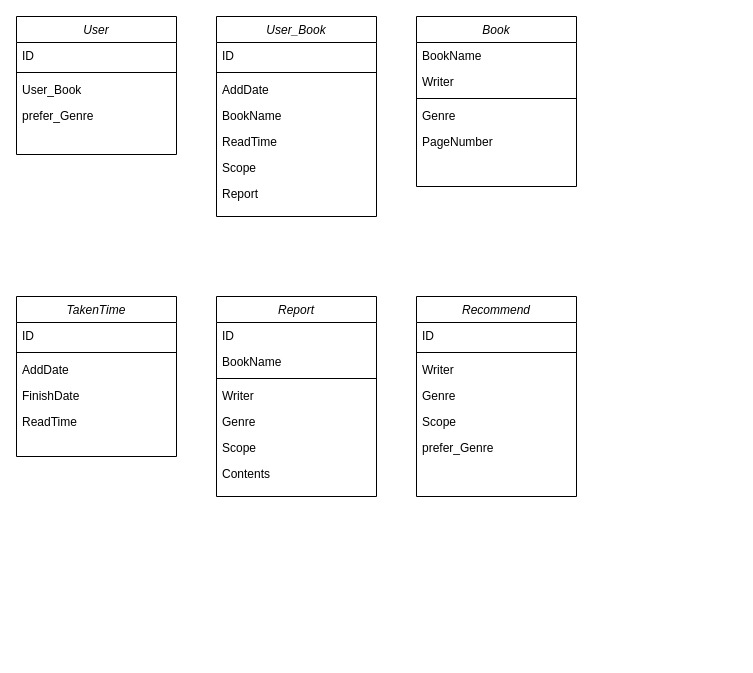
Before: Untitled Diagram.drawio in White-Ruby/web1mine, a draw.io diagram. Source tidied: cells renumbered, new cells numbered last; positions are measured from the earlier drawing's top-left corner, leaving out a move shared by most shapes. Both pictures are drawn from the tidied source at 100%, with x=0, y=0 at pixel (16, 16).
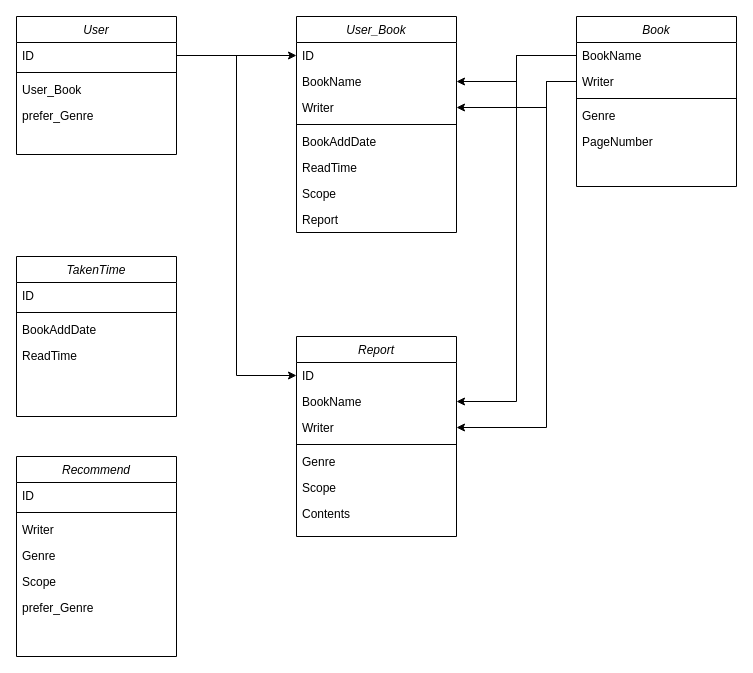
After the change.

Unchanged cells that the change refers to:
```xml
<mxCell id="3" value="ID" style="text;align=left;verticalAlign=top;spacingLeft=4;spacingRight=4;overflow=hidden;points=[[0,0.5],[1,0.5]];portConstraint=eastwest;" parent="2" vertex="1">
  <mxGeometry y="26" width="160" height="26" as="geometry" />
</mxCell>
<mxCell id="8" value="ID" style="text;align=left;verticalAlign=top;spacingLeft=4;spacingRight=4;overflow=hidden;points=[[0,0.5],[1,0.5]];portConstraint=eastwest;" parent="7" vertex="1">
  <mxGeometry y="26" width="160" height="26" as="geometry" />
</mxCell>
<mxCell id="16" value="BookName" style="text;align=left;verticalAlign=top;spacingLeft=4;spacingRight=4;overflow=hidden;points=[[0,0.5],[1,0.5]];portConstraint=eastwest;" parent="15" vertex="1">
  <mxGeometry y="26" width="160" height="26" as="geometry" />
</mxCell>
<mxCell id="17" value="Writer" style="text;align=left;verticalAlign=top;spacingLeft=4;spacingRight=4;overflow=hidden;points=[[0,0.5],[1,0.5]];portConstraint=eastwest;" parent="15" vertex="1">
  <mxGeometry y="52" width="160" height="26" as="geometry" />
</mxCell>
<mxCell id="28" value="ID" style="text;align=left;verticalAlign=top;spacingLeft=4;spacingRight=4;overflow=hidden;points=[[0,0.5],[1,0.5]];portConstraint=eastwest;" parent="27" vertex="1">
  <mxGeometry y="26" width="160" height="26" as="geometry" />
</mxCell>
<mxCell id="29" value="BookName" style="text;align=left;verticalAlign=top;spacingLeft=4;spacingRight=4;overflow=hidden;points=[[0,0.5],[1,0.5]];portConstraint=eastwest;" parent="27" vertex="1">
  <mxGeometry y="52" width="160" height="26" as="geometry" />
</mxCell>
```

The edit, as a diff of the source:
```diff
@@
     <mxCell id="7" value="User_Book" style="swimlane;fontStyle=2;align=center;verticalAlign=top;horizontal=1;startSize=26;rounded=0;shadow=0;strokeWidth=1;" parent="1" vertex="1">
-      <mxGeometry x="200" width="160" height="200" as="geometry" />
+      <mxGeometry x="280" width="160" height="216" as="geometry" />
     </mxCell>
@@
+    <mxCell id="11" value="BookName" style="text;align=left;verticalAlign=top;spacingLeft=4;spacingRight=4;overflow=hidden;points=[[0,0.5],[1,0.5]];portConstraint=eastwest;" parent="7" vertex="1">
+      <mxGeometry y="52" width="160" height="26" as="geometry" />
+    </mxCell>
+    <mxCell id="42" value="Writer" style="text;align=left;verticalAlign=top;spacingLeft=4;spacingRight=4;overflow=hidden;points=[[0,0.5],[1,0.5]];portConstraint=eastwest;" parent="7" vertex="1">
+      <mxGeometry y="78" width="160" height="26" as="geometry" />
+    </mxCell>
     <mxCell id="9" style="line;html=1;strokeWidth=1;align=left;verticalAlign=middle;spacingTop=-1;spacingLeft=3;spacingRight=3;labelPosition=right;" parent="7" vertex="1">
-      <mxGeometry y="52" width="160" height="8" as="geometry" />
+      <mxGeometry y="104" width="160" height="8" as="geometry" />
     </mxCell>
-    <mxCell id="10" value="AddDate" style="text;align=left;verticalAlign=top;spacingLeft=4;spacingRight=4;overflow=hidden;" parent="7" vertex="1">
-      <mxGeometry y="60" width="160" height="26" as="geometry" />
+    <mxCell id="10" value="BookAddDate" style="text;align=left;verticalAlign=top;spacingLeft=4;spacingRight=4;overflow=hidden;" parent="7" vertex="1">
+      <mxGeometry y="112" width="160" height="26" as="geometry" />
     </mxCell>
-    <mxCell id="11" value="BookName" style="text;align=left;verticalAlign=top;spacingLeft=4;spacingRight=4;overflow=hidden;points=[[0,0.5],[1,0.5]];portConstraint=eastwest;" parent="7" vertex="1">
-      <mxGeometry y="86" width="160" height="26" as="geometry" />
-    </mxCell>
     <mxCell id="12" value="ReadTime" style="text;align=left;verticalAlign=top;spacingLeft=4;spacingRight=4;overflow=hidden;" parent="7" vertex="1">
-      <mxGeometry y="112" width="160" height="26" as="geometry" />
+      <mxGeometry y="138" width="160" height="26" as="geometry" />
     </mxCell>
     <mxCell id="13" value="Scope" style="text;align=left;verticalAlign=top;spacingLeft=4;spacingRight=4;overflow=hidden;" parent="7" vertex="1">
-      <mxGeometry y="138" width="160" height="26" as="geometry" />
+      <mxGeometry y="164" width="160" height="26" as="geometry" />
     </mxCell>
     <mxCell id="14" value="Report" style="text;align=left;verticalAlign=top;spacingLeft=4;spacingRight=4;overflow=hidden;" parent="7" vertex="1">
-      <mxGeometry y="164" width="160" height="26" as="geometry" />
+      <mxGeometry y="190" width="160" height="26" as="geometry" />
     </mxCell>
     <mxCell id="15" value="Book" style="swimlane;fontStyle=2;align=center;verticalAlign=top;horizontal=1;startSize=26;rounded=0;shadow=0;strokeWidth=1;" parent="1" vertex="1">
-      <mxGeometry x="400" width="160" height="170" as="geometry" />
+      <mxGeometry x="560" width="160" height="170" as="geometry" />
     </mxCell>
@@
     <mxCell id="21" value="TakenTime" style="swimlane;fontStyle=2;align=center;verticalAlign=top;horizontal=1;startSize=26;rounded=0;shadow=0;strokeWidth=1;" parent="1" vertex="1">
-      <mxGeometry y="280" width="160" height="160" as="geometry" />
+      <mxGeometry y="240" width="160" height="160" as="geometry" />
     </mxCell>
@@
-    <mxCell id="24" value="AddDate" style="text;align=left;verticalAlign=top;spacingLeft=4;spacingRight=4;overflow=hidden;" parent="21" vertex="1">
+    <mxCell id="24" value="BookAddDate" style="text;align=left;verticalAlign=top;spacingLeft=4;spacingRight=4;overflow=hidden;" parent="21" vertex="1">
       <mxGeometry y="60" width="160" height="26" as="geometry" />
     </mxCell>
-    <mxCell id="25" value="FinishDate" style="text;align=left;verticalAlign=top;spacingLeft=4;spacingRight=4;overflow=hidden;" parent="21" vertex="1">
-      <mxGeometry y="86" width="160" height="26" as="geometry" />
-    </mxCell>
     <mxCell id="26" value="ReadTime" style="text;align=left;verticalAlign=top;spacingLeft=4;spacingRight=4;overflow=hidden;" parent="21" vertex="1">
-      <mxGeometry y="112" width="160" height="26" as="geometry" />
+      <mxGeometry y="86" width="160" height="26" as="geometry" />
     </mxCell>
     <mxCell id="27" value="Report" style="swimlane;fontStyle=2;align=center;verticalAlign=top;horizontal=1;startSize=26;rounded=0;shadow=0;strokeWidth=1;" parent="1" vertex="1">
-      <mxGeometry x="200" y="280" width="160" height="200" as="geometry" />
+      <mxGeometry x="280" y="320" width="160" height="200" as="geometry" />
     </mxCell>
@@
+    <mxCell id="31" value="Writer" style="text;align=left;verticalAlign=top;spacingLeft=4;spacingRight=4;overflow=hidden;points=[[0,0.5],[1,0.5]];portConstraint=eastwest;" parent="27" vertex="1">
+      <mxGeometry y="78" width="160" height="26" as="geometry" />
+    </mxCell>
     <mxCell id="30" style="line;html=1;strokeWidth=1;align=left;verticalAlign=middle;spacingTop=-1;spacingLeft=3;spacingRight=3;labelPosition=right;" parent="27" vertex="1">
-      <mxGeometry y="78" width="160" height="8" as="geometry" />
+      <mxGeometry y="104" width="160" height="8" as="geometry" />
     </mxCell>
-    <mxCell id="31" value="Writer" style="text;align=left;verticalAlign=top;spacingLeft=4;spacingRight=4;overflow=hidden;points=[[0,0.5],[1,0.5]];portConstraint=eastwest;" parent="27" vertex="1">
-      <mxGeometry y="86" width="160" height="26" as="geometry" />
-    </mxCell>
@@
     <mxCell id="35" value="Recommend" style="swimlane;fontStyle=2;align=center;verticalAlign=top;horizontal=1;startSize=26;rounded=0;shadow=0;strokeWidth=1;" parent="1" vertex="1">
-      <mxGeometry x="400" y="280" width="160" height="200" as="geometry" />
+      <mxGeometry y="440" width="160" height="200" as="geometry" />
     </mxCell>
@@
+    <mxCell id="43" style="edgeStyle=orthogonalEdgeStyle;rounded=0;jettySize=auto;html=1;exitX=1;exitY=0.5;exitDx=0;exitDy=0;entryX=0;entryY=0.5;entryDx=0;entryDy=0;" parent="1" edge="1" source="3" target="8">
+      <mxGeometry relative="1" as="geometry" />
+    </mxCell>
+    <mxCell id="44" style="edgeStyle=orthogonalEdgeStyle;rounded=0;jettySize=auto;html=1;exitX=0;exitY=0.5;exitDx=0;exitDy=0;entryX=1;entryY=0.5;entryDx=0;entryDy=0;" parent="1" edge="1" source="16" target="11">
+      <mxGeometry relative="1" as="geometry" />
+    </mxCell>
+    <mxCell id="45" style="edgeStyle=orthogonalEdgeStyle;rounded=0;jettySize=auto;html=1;exitX=0;exitY=0.5;exitDx=0;exitDy=0;entryX=1;entryY=0.5;entryDx=0;entryDy=0;" parent="1" edge="1" source="17" target="42">
+      <mxGeometry relative="1" as="geometry">
+        <Array as="points">
+          <mxPoint x="530" y="65" />
+          <mxPoint x="530" y="91" />
+        </Array>
+      </mxGeometry>
+    </mxCell>
+    <mxCell id="46" style="edgeStyle=orthogonalEdgeStyle;rounded=0;jettySize=auto;html=1;entryX=1;entryY=0.5;entryDx=0;entryDy=0;" parent="1" edge="1" source="17" target="31">
+      <mxGeometry relative="1" as="geometry">
+        <Array as="points">
+          <mxPoint x="530" y="65" />
+          <mxPoint x="530" y="411" />
+        </Array>
+      </mxGeometry>
+    </mxCell>
+    <mxCell id="47" style="edgeStyle=orthogonalEdgeStyle;rounded=0;jettySize=auto;html=1;entryX=1;entryY=0.5;entryDx=0;entryDy=0;" parent="1" edge="1" source="16" target="29">
+      <mxGeometry relative="1" as="geometry" />
+    </mxCell>
+    <mxCell id="48" style="edgeStyle=orthogonalEdgeStyle;rounded=0;jettySize=auto;html=1;entryX=0;entryY=0.5;entryDx=0;entryDy=0;" parent="1" edge="1" source="3" target="28">
+      <mxGeometry relative="1" as="geometry" />
+    </mxCell>
```
